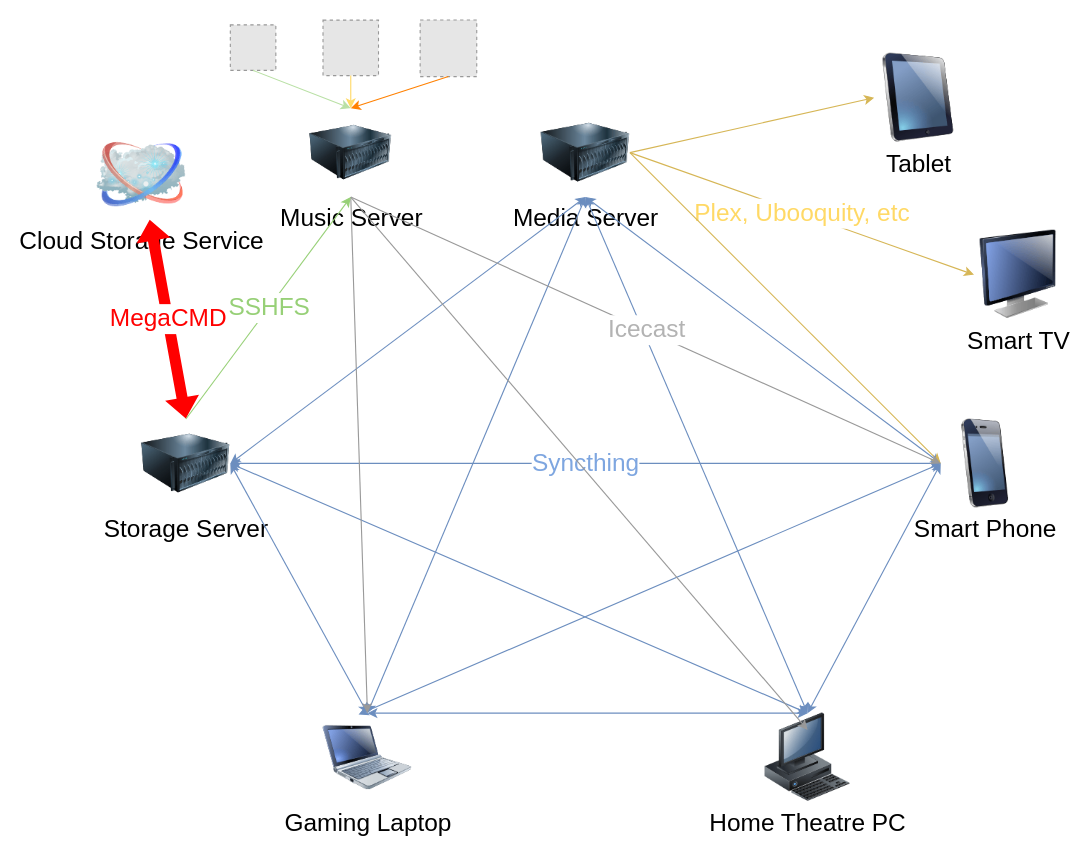
The draw.io diagram Logical Layout.drawio in syedrali/architecture, before the edit. Source tidied: cells renumbered, new cells numbered last; positions are measured from the earlier drawing's top-left corner, leaving out a move shared by most shapes. Both pictures are drawn from the tidied source at 111%, with x=0, y=0 at pixel (97, 19). Pictures stored in the file or linked from it are replaced by grey dashed boxes.
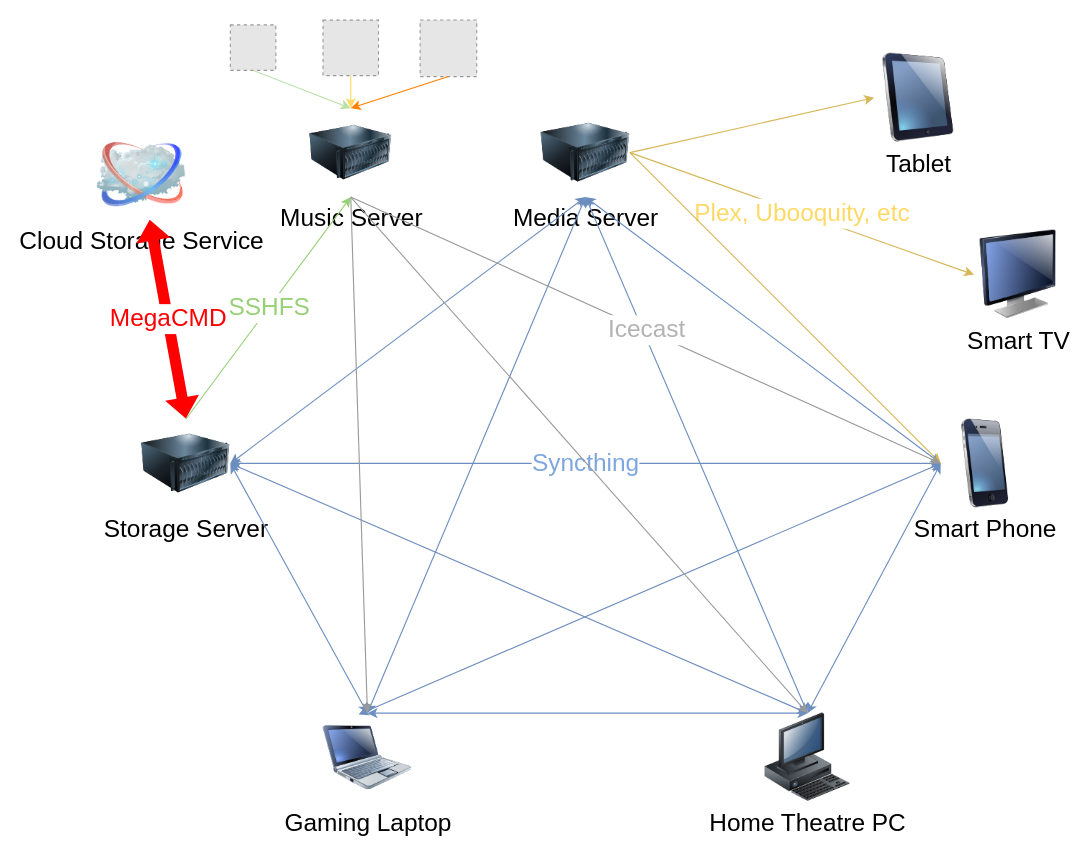
Above is the later version.

Commit message (it also covers changes not shown here):
Adjusted diagram.

Unchanged cells that the change refers to:
```xml
<mxCell id="4" value="Home Theatre PC" style="image;html=1;labelBackgroundColor=#ffffff;image=img/lib/clip_art/computers/Workstation_128x128.png;rounded=1;shadow=0;comic=0;strokeColor=#000000;strokeWidth=2;fillColor=#FFFFFF;fontSize=22;fontColor=#000000;" parent="1" vertex="1">
  <mxGeometry x="600" y="625" width="80" height="80" as="geometry" />
</mxCell>
<mxCell id="24" value="Music Server" style="image;html=1;labelBackgroundColor=#ffffff;image=img/lib/clip_art/computers/Server_128x128.png;fontSize=22;" parent="1" vertex="1">
  <mxGeometry x="191.5" y="80" width="74" height="80" as="geometry" />
</mxCell>
```

Diff of the diagram source:
```diff
@@
-    <mxCell id="26" style="endArrow=classic;html=1;exitX=0.5;exitY=1;exitDx=0;exitDy=0;strokeColor=#999999;" parent="1" edge="1" source="24">
-      <mxGeometry relative="1" as="geometry">
-        <mxPoint x="640" y="640" as="targetPoint" />
-      </mxGeometry>
+    <mxCell id="26" style="endArrow=classic;html=1;exitX=0.5;exitY=1;exitDx=0;exitDy=0;strokeColor=#999999;entryX=0.5;entryY=0;entryDx=0;entryDy=0;" parent="1" edge="1" source="24" target="4">
+      <mxGeometry relative="1" as="geometry" />
     </mxCell>
```
